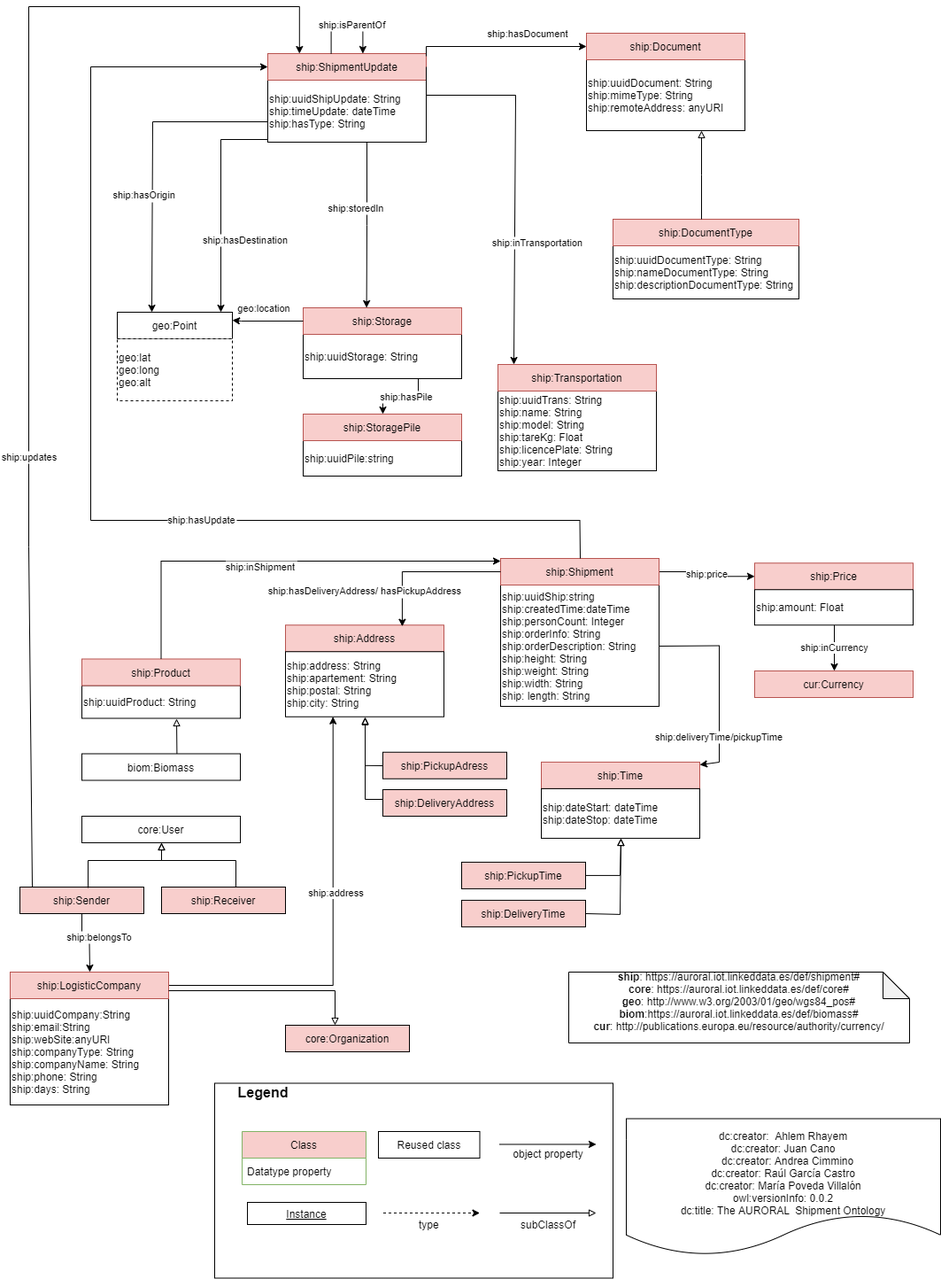
Before: diagrams/shipment.png, a diagram exported from draw.io (oeg-upm/auroral-shipmentBiomass-ontology). Source tidied: cells renumbered, new cells last; positions are measured from the earlier drawing's top-left corner, leaving out a move shared by most shapes.
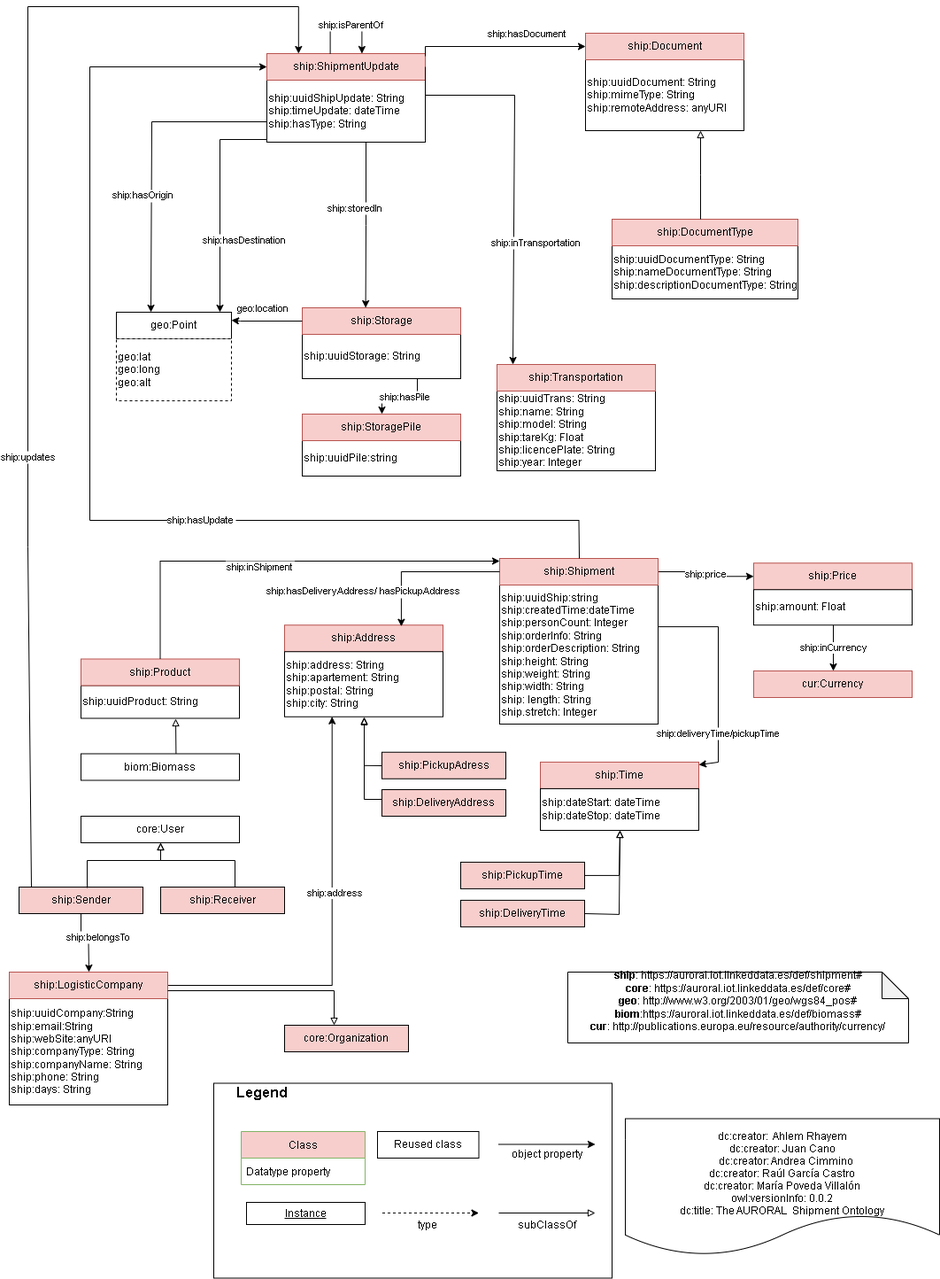
The same file after the commit.

Diff of the diagram source:
```diff
@@ -2,8 +2,8 @@
   <root>
     <mxCell id="0" />
     <mxCell id="1" parent="0" />
-    <mxCell id="2" value="ship:uuidShip:string&lt;br&gt;ship:createdTime:dateTime&lt;br&gt;ship:personCount: Integer&lt;br&gt;ship:orderInfo: String&lt;br&gt;ship:orderDescription: String&lt;br&gt;ship:height: String&lt;br&gt;ship:weight: String&lt;br&gt;ship:width: String&lt;br&gt;ship: length: String" style="rounded=0;whiteSpace=wrap;html=1;snapToPoint=1;points=[[0.1,0],[0.2,0],[0.3,0],[0.4,0],[0.5,0],[0.6,0],[0.7,0],[0.8,0],[0.9,0],[0,0.1],[0,0.3],[0,0.5],[0,0.7],[0,0.9],[0.1,1],[0.2,1],[0.3,1],[0.4,1],[0.5,1],[0.6,1],[0.7,1],[0.8,1],[0.9,1],[1,0.1],[1,0.3],[1,0.5],[1,0.7],[1,0.9]];align=left;" parent="1" vertex="1">
-      <mxGeometry x="554" y="653" width="179" height="137" as="geometry" />
+    <mxCell id="2" value="ship:uuidShip:string&lt;br&gt;ship:createdTime:dateTime&lt;br&gt;ship:personCount: Integer&lt;br&gt;ship:orderInfo: String&lt;br&gt;ship:orderDescription: String&lt;br&gt;ship:height: String&lt;br&gt;ship:weight: String&lt;br&gt;ship:width: String&lt;br&gt;ship: length: String&lt;br&gt;ship.stretch: Integer" style="rounded=0;whiteSpace=wrap;html=1;snapToPoint=1;points=[[0.1,0],[0.2,0],[0.3,0],[0.4,0],[0.5,0],[0.6,0],[0.7,0],[0.8,0],[0.9,0],[0,0.1],[0,0.3],[0,0.5],[0,0.7],[0,0.9],[0.1,1],[0.2,1],[0.3,1],[0.4,1],[0.5,1],[0.6,1],[0.7,1],[0.8,1],[0.9,1],[1,0.1],[1,0.3],[1,0.5],[1,0.7],[1,0.9]];align=left;" parent="1" vertex="1">
+      <mxGeometry x="554" y="653" width="179" height="157" as="geometry" />
     </mxCell>
     <mxCell id="3" value="ship:price" style="edgeStyle=orthogonalEdgeStyle;rounded=0;jettySize=auto;html=1;entryX=0;entryY=0.5;entryDx=0;entryDy=0;" parent="1" edge="1" source="4" target="59">
       <mxGeometry relative="1" as="geometry" />
@@ -244,16 +244,16 @@
     <mxCell id="52" value="ship:Time" style="rounded=0;whiteSpace=wrap;html=1;snapToPoint=1;points=[[0.1,0],[0.2,0],[0.3,0],[0.4,0],[0.5,0],[0.6,0],[0.7,0],[0.8,0],[0.9,0],[0,0.1],[0,0.3],[0,0.5],[0,0.7],[0,0.9],[0.1,1],[0.2,1],[0.3,1],[0.4,1],[0.5,1],[0.6,1],[0.7,1],[0.8,1],[0.9,1],[1,0.1],[1,0.3],[1,0.5],[1,0.7],[1,0.9]];fillColor=#F8CECC;strokeColor=#b85450;" parent="1" vertex="1">
       <mxGeometry x="600" y="852.9" width="179" height="30" as="geometry" />
     </mxCell>
-    <mxCell id="53" value="ship:deliveryTime/pickupTime" style="edgeStyle=orthogonalEdgeStyle;rounded=0;jettySize=auto;fontSize=11;endArrow=classic;endFill=1;" parent="1" edge="1" source="2" target="52">
+    <mxCell id="53" value="ship:deliveryTime/pickupTime" style="edgeStyle=orthogonalEdgeStyle;rounded=0;jettySize=auto;fontSize=11;endArrow=classic;endFill=1;exitX=1;exitY=0.3;exitDx=0;exitDy=0;" parent="1" edge="1" source="2" target="52">
       <mxGeometry x="0.54" relative="1" as="geometry">
         <Array as="points">
-          <mxPoint x="801" y="721" />
+          <mxPoint x="801" y="700" />
           <mxPoint x="801" y="853" />
         </Array>
       </mxGeometry>
     </mxCell>
-    <mxCell id="54" value="ship:dateStart: dateTime&lt;br&gt;ship:dateStop: dateTime" style="rounded=0;whiteSpace=wrap;html=1;snapToPoint=1;points=[[0.1,0],[0.2,0],[0.3,0],[0.4,0],[0.5,0],[0.6,0],[0.7,0],[0.8,0],[0.9,0],[0,0.1],[0,0.3],[0,0.5],[0,0.7],[0,0.9],[0.1,1],[0.2,1],[0.3,1],[0.4,1],[0.5,1],[0.6,1],[0.7,1],[0.8,1],[0.9,1],[1,0.1],[1,0.3],[1,0.5],[1,0.7],[1,0.9]];align=left;" parent="1" vertex="1">
-      <mxGeometry x="600" y="882.9" width="179" height="56" as="geometry" />
+    <mxCell id="54" value="ship:dateStart: dateTime&lt;br&gt;ship:dateStop: dateTime&lt;br&gt;" style="rounded=0;whiteSpace=wrap;html=1;snapToPoint=1;points=[[0.1,0],[0.2,0],[0.3,0],[0.4,0],[0.5,0],[0.6,0],[0.7,0],[0.8,0],[0.9,0],[0,0.1],[0,0.3],[0,0.5],[0,0.7],[0,0.9],[0.1,1],[0.2,1],[0.3,1],[0.4,1],[0.5,1],[0.6,1],[0.7,1],[0.8,1],[0.9,1],[1,0.1],[1,0.3],[1,0.5],[1,0.7],[1,0.9]];align=left;" parent="1" vertex="1">
+      <mxGeometry x="600" y="882.9" width="179" height="47.1" as="geometry" />
     </mxCell>
     <mxCell id="55" value="ship:PickupTime" style="rounded=0;whiteSpace=wrap;html=1;snapToPoint=1;points=[[0.1,0],[0.2,0],[0.3,0],[0.4,0],[0.5,0],[0.6,0],[0.7,0],[0.8,0],[0.9,0],[0,0.1],[0,0.3],[0,0.5],[0,0.7],[0,0.9],[0.1,1],[0.2,1],[0.3,1],[0.4,1],[0.5,1],[0.6,1],[0.7,1],[0.8,1],[0.9,1],[1,0.1],[1,0.3],[1,0.5],[1,0.7],[1,0.9]];fillColor=#F8CECC;" parent="1" vertex="1">
       <mxGeometry x="510" y="965.9" width="140" height="30" as="geometry" />
```
